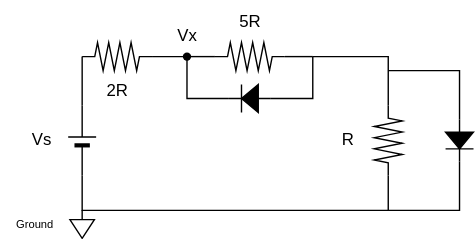
Earlier version of the draw.io export Lab01/Lab1c.drawio.svg (SalmonSeanZ/EIE341_Analog_Circuit_Report). Source tidied: cells renumbered, new cells last; positions are measured from the earlier drawing's top-left corner, leaving out a move shared by most shapes. Source of this version:
```xml
<mxGraphModel>
  <root>
    <mxCell id="0" />
    <mxCell id="1" parent="0" />
    <mxCell id="2" style="fillColor=strokeColor;verticalLabelPosition=bottom;shadow=0;dashed=0;align=center;html=1;verticalAlign=top;shape=mxgraph.electrical.diodes.diode;rotation=-180;" parent="1" vertex="1">
      <mxGeometry x="164" y="60" width="30" height="20" as="geometry" />
    </mxCell>
    <mxCell id="3" style="verticalLabelPosition=bottom;shadow=0;dashed=0;align=center;html=1;verticalAlign=top;shape=mxgraph.electrical.resistors.resistor_2;rotation=90;" parent="1" vertex="1">
      <mxGeometry x="253" y="90" width="50" height="20" as="geometry" />
    </mxCell>
    <mxCell id="4" style="verticalLabelPosition=bottom;shadow=0;dashed=0;align=center;fillColor=strokeColor;html=1;verticalAlign=top;strokeWidth=1;shape=mxgraph.electrical.miscellaneous.monocell_battery;rotation=-90;" parent="1" vertex="1">
      <mxGeometry x="34" y="90" width="50" height="20" as="geometry" />
    </mxCell>
    <mxCell id="5" style="endArrow=none;html=1;rounded=0;entryX=0;entryY=0.5;entryDx=0;entryDy=0;entryPerimeter=0;" parent="1" edge="1" target="3">
      <mxGeometry relative="1" as="geometry">
        <mxPoint x="224" y="40" as="sourcePoint" />
        <Array as="points">
          <mxPoint x="278" y="40" />
        </Array>
      </mxGeometry>
    </mxCell>
    <mxCell id="6" style="endArrow=none;html=1;rounded=0;exitX=0;exitY=0.5;exitDx=0;exitDy=0;exitPerimeter=0;entryX=1;entryY=0.5;entryDx=0;entryDy=0;entryPerimeter=0;" parent="1" edge="1" source="4" target="3">
      <mxGeometry relative="1" as="geometry">
        <Array as="points">
          <mxPoint x="59" y="150" />
          <mxPoint x="278" y="150" />
        </Array>
      </mxGeometry>
    </mxCell>
    <mxCell id="7" value="2R" style="text;html=1;align=center;verticalAlign=middle;strokeColor=none;fillColor=none;" parent="1" vertex="1">
      <mxGeometry x="64" y="50" width="40" height="30" as="geometry" />
    </mxCell>
    <mxCell id="8" value="R" style="text;html=1;align=center;verticalAlign=middle;strokeColor=none;fillColor=none;" parent="1" vertex="1">
      <mxGeometry x="234" y="85" width="30" height="30" as="geometry" />
    </mxCell>
    <mxCell id="9" value="Vx" style="text;html=1;align=center;verticalAlign=middle;strokeColor=none;fillColor=none;" parent="1" vertex="1">
      <mxGeometry x="114" y="10" width="40" height="30" as="geometry" />
    </mxCell>
    <mxCell id="10" style="verticalLabelPosition=bottom;shadow=0;dashed=0;align=center;html=1;verticalAlign=top;shape=mxgraph.electrical.signal_sources.signal_ground;" parent="1" vertex="1">
      <mxGeometry x="50.2" y="150" width="17.5" height="20" as="geometry" />
    </mxCell>
    <mxCell id="11" value="Ground" style="text;html=1;align=center;verticalAlign=middle;strokeColor=none;fillColor=none;fontSize=8;" parent="1" vertex="1">
      <mxGeometry x="0.2" y="150" width="50" height="20" as="geometry" />
    </mxCell>
    <mxCell id="12" value="Vs" style="text;html=1;align=center;verticalAlign=middle;strokeColor=none;fillColor=none;" parent="1" vertex="1">
      <mxGeometry x="10.2" y="85" width="40" height="30" as="geometry" />
    </mxCell>
    <mxCell id="13" style="endArrow=none;html=1;rounded=0;exitX=1;exitY=0.5;exitDx=0;exitDy=0;exitPerimeter=0;" parent="1" edge="1" source="4">
      <mxGeometry relative="1" as="geometry">
        <mxPoint x="59" y="40" as="targetPoint" />
      </mxGeometry>
    </mxCell>
    <mxCell id="14" style="verticalLabelPosition=bottom;shadow=0;dashed=0;align=center;html=1;verticalAlign=top;shape=mxgraph.electrical.resistors.resistor_2;" parent="1" vertex="1">
      <mxGeometry x="59" y="30" width="50" height="20" as="geometry" />
    </mxCell>
    <mxCell id="15" style="verticalLabelPosition=bottom;shadow=0;dashed=0;align=center;html=1;verticalAlign=top;shape=mxgraph.electrical.resistors.resistor_2;" parent="1" vertex="1">
      <mxGeometry x="154" y="30" width="50" height="20" as="geometry" />
    </mxCell>
    <mxCell id="16" style="endArrow=none;html=1;rounded=0;" parent="1" edge="1">
      <mxGeometry relative="1" as="geometry">
        <mxPoint x="134" y="40" as="sourcePoint" />
        <mxPoint x="154" y="40" as="targetPoint" />
      </mxGeometry>
    </mxCell>
    <mxCell id="17" style="endArrow=none;html=1;rounded=0;exitX=1;exitY=0.5;exitDx=0;exitDy=0;exitPerimeter=0;" parent="1" edge="1" source="15">
      <mxGeometry relative="1" as="geometry">
        <mxPoint x="224" y="40" as="targetPoint" />
      </mxGeometry>
    </mxCell>
    <mxCell id="18" style="endArrow=none;html=1;rounded=0;entryDx=0;entryDy=0;entryPerimeter=0;exitX=1;exitY=0.5;exitDx=0;exitDy=0;exitPerimeter=0;" parent="1" edge="1" source="14" target="19">
      <mxGeometry relative="1" as="geometry" />
    </mxCell>
    <mxCell id="19" style="shape=waypoint;sketch=0;fillStyle=solid;size=6;points=[];fillColor=none;perimeter=centerPerimeter;snapToPoint=1;" parent="1" vertex="1">
      <mxGeometry x="124" y="30" width="20" height="20" as="geometry" />
    </mxCell>
    <mxCell id="20" style="endArrow=none;html=1;rounded=0;exitX=0.517;exitY=0.755;exitDx=0;exitDy=0;exitPerimeter=0;entryX=1;entryY=0.5;entryDx=0;entryDy=0;entryPerimeter=0;" parent="1" edge="1" source="19" target="2">
      <mxGeometry relative="1" as="geometry">
        <Array as="points">
          <mxPoint x="134" y="70" />
        </Array>
      </mxGeometry>
    </mxCell>
    <mxCell id="21" style="endArrow=none;html=1;rounded=0;exitX=0;exitY=0.5;exitDx=0;exitDy=0;exitPerimeter=0;" parent="1" edge="1" source="2">
      <mxGeometry relative="1" as="geometry">
        <mxPoint x="224" y="40" as="targetPoint" />
        <Array as="points">
          <mxPoint x="224" y="70" />
        </Array>
      </mxGeometry>
    </mxCell>
    <mxCell id="22" style="fillColor=strokeColor;verticalLabelPosition=bottom;shadow=0;dashed=0;align=center;html=1;verticalAlign=top;shape=mxgraph.electrical.diodes.diode;rotation=90;" parent="1" vertex="1">
      <mxGeometry x="314" y="90" width="30" height="20" as="geometry" />
    </mxCell>
    <mxCell id="23" style="endArrow=none;html=1;rounded=0;entryX=1;entryY=0.5;entryDx=0;entryDy=0;entryPerimeter=0;" parent="1" edge="1" target="22">
      <mxGeometry relative="1" as="geometry">
        <mxPoint x="278" y="150" as="sourcePoint" />
        <Array as="points">
          <mxPoint x="329" y="150" />
        </Array>
      </mxGeometry>
    </mxCell>
    <mxCell id="24" style="endArrow=none;html=1;rounded=0;entryX=0;entryY=0.5;entryDx=0;entryDy=0;entryPerimeter=0;" parent="1" edge="1" target="22">
      <mxGeometry relative="1" as="geometry">
        <mxPoint x="278" y="50" as="sourcePoint" />
        <Array as="points">
          <mxPoint x="329" y="50" />
        </Array>
      </mxGeometry>
    </mxCell>
    <mxCell id="25" value="5R" style="text;html=1;align=center;verticalAlign=middle;strokeColor=none;fillColor=none;" parent="1" vertex="1">
      <mxGeometry x="159" width="40" height="30" as="geometry" />
    </mxCell>
  </root>
</mxGraphModel>
```
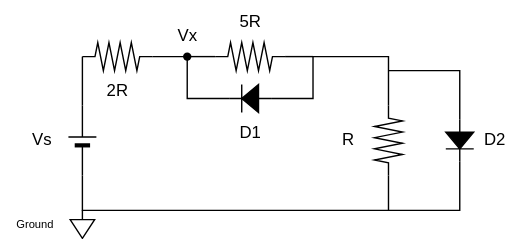
After the change.

The edit, as a diff of the source:
```diff
@@ -27,7 +27,7 @@
         </Array>
       </mxGeometry>
     </mxCell>
-    <mxCell id="7" value="2R" style="text;html=1;align=center;verticalAlign=middle;strokeColor=none;fillColor=none;" parent="1" vertex="1">
+    <mxCell id="7" value="2R" style="text;html=1;align=center;verticalAlign=middle;strokeColor=none;fillColor=none;fontSize=12;" parent="1" vertex="1">
       <mxGeometry x="64" y="50" width="40" height="30" as="geometry" />
     </mxCell>
     <mxCell id="8" value="R" style="text;html=1;align=center;verticalAlign=middle;strokeColor=none;fillColor=none;" parent="1" vertex="1">
@@ -110,5 +110,11 @@
     <mxCell id="25" value="5R" style="text;html=1;align=center;verticalAlign=middle;strokeColor=none;fillColor=none;" parent="1" vertex="1">
       <mxGeometry x="159" width="40" height="30" as="geometry" />
     </mxCell>
+    <mxCell id="26" value="D1" style="text;html=1;align=center;verticalAlign=middle;strokeColor=none;fillColor=none;fontSize=12;" parent="1" vertex="1">
+      <mxGeometry x="159" y="80" width="40" height="30" as="geometry" />
+    </mxCell>
+    <mxCell id="27" value="D2" style="text;html=1;align=center;verticalAlign=middle;strokeColor=none;fillColor=none;fontSize=12;" parent="1" vertex="1">
+      <mxGeometry x="334" y="85" width="40" height="30" as="geometry" />
+    </mxCell>
   </root>
 </mxGraphModel>
```
